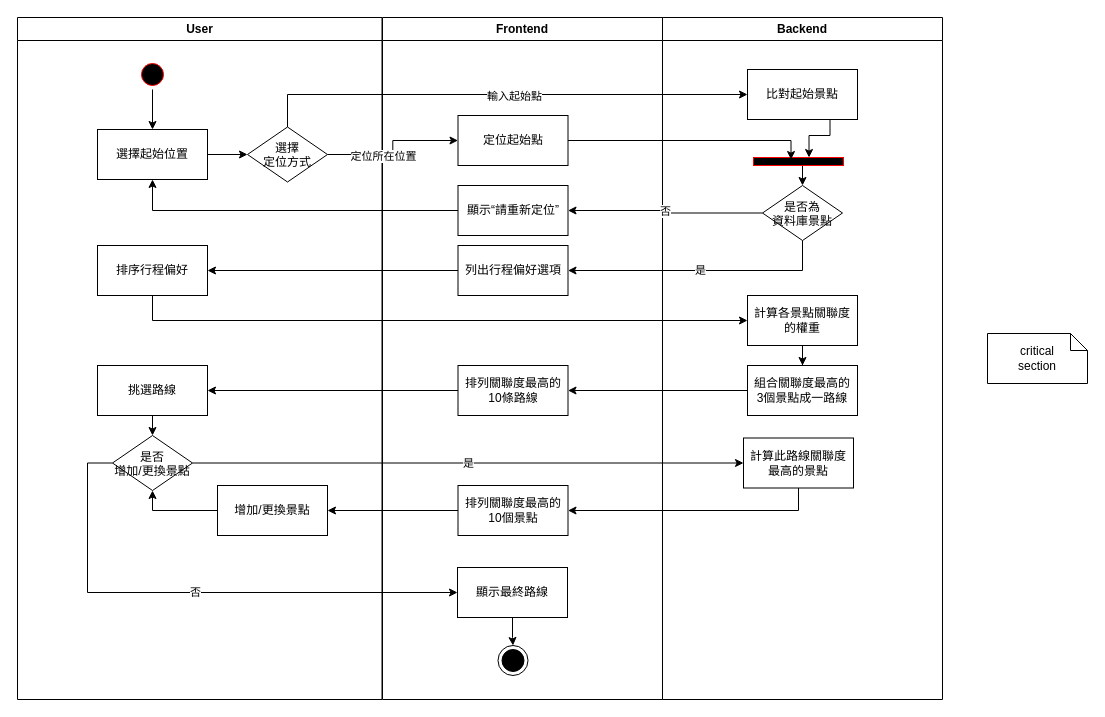
Niomoo/PeteBudaeJjigae keeps this draw.io diagram as ActivityDiagram.drawio. Above is the earlier version. Source tidied: cells renumbered, new cells numbered last; positions are measured from the earlier drawing's top-left corner, leaving out a move shared by most shapes. Both pictures are drawn from the tidied source at 100%, with x=0, y=0 at pixel (17, 17).
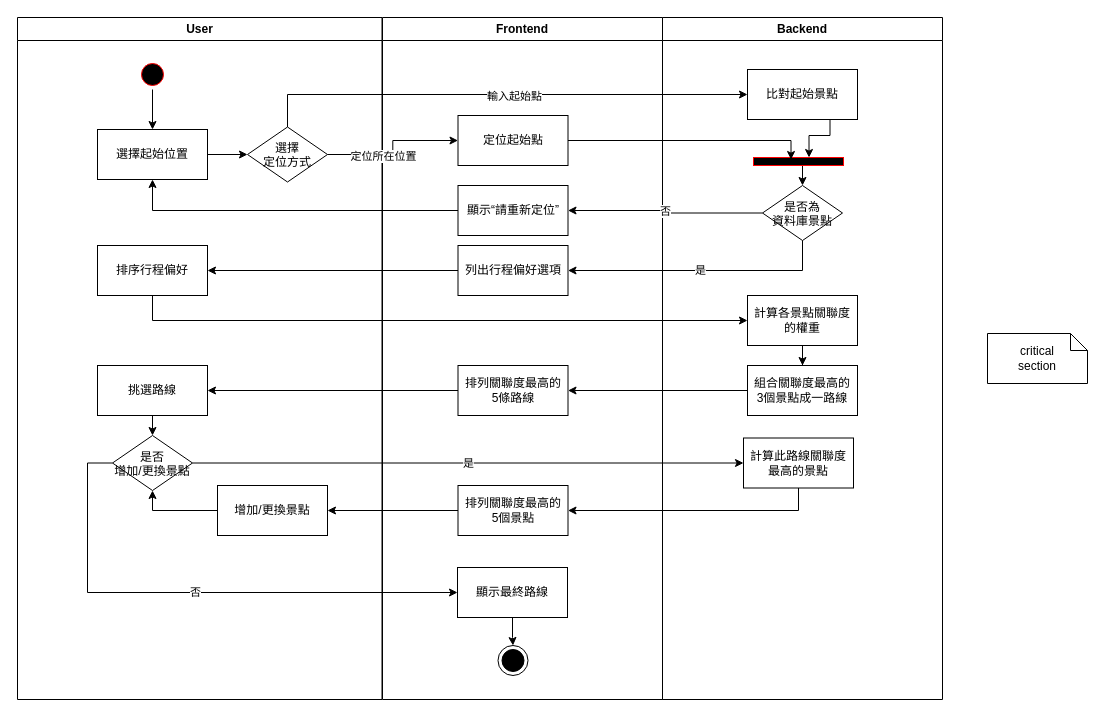
After the change.

Unchanged cells that the change refers to:
```xml
<mxCell id="14" value="Frontend" style="swimlane;whiteSpace=wrap;" parent="1" vertex="1">
  <mxGeometry x="365" width="280" height="682" as="geometry" />
</mxCell>
```

What changed in the source:
```diff
@@
-    <mxCell id="18" value="排列關聯度最高的10條路線" style="rounded=0;whiteSpace=wrap;html=1;" parent="14" vertex="1">
+    <mxCell id="18" value="排列關聯度最高的&lt;br&gt;5條路線" style="rounded=0;whiteSpace=wrap;html=1;" parent="14" vertex="1">
       <mxGeometry x="75.5" y="348" width="110" height="50" as="geometry" />
     </mxCell>
-    <mxCell id="19" value="排列關聯度最高的10個景點" style="rounded=0;whiteSpace=wrap;html=1;strokeColor=#000000;fillColor=#FFFFFF;" parent="14" vertex="1">
+    <mxCell id="19" value="排列關聯度最高的&lt;br&gt;5個景點" style="rounded=0;whiteSpace=wrap;html=1;strokeColor=#000000;fillColor=#FFFFFF;" parent="14" vertex="1">
       <mxGeometry x="75.5" y="468" width="110" height="50" as="geometry" />
     </mxCell>
```
